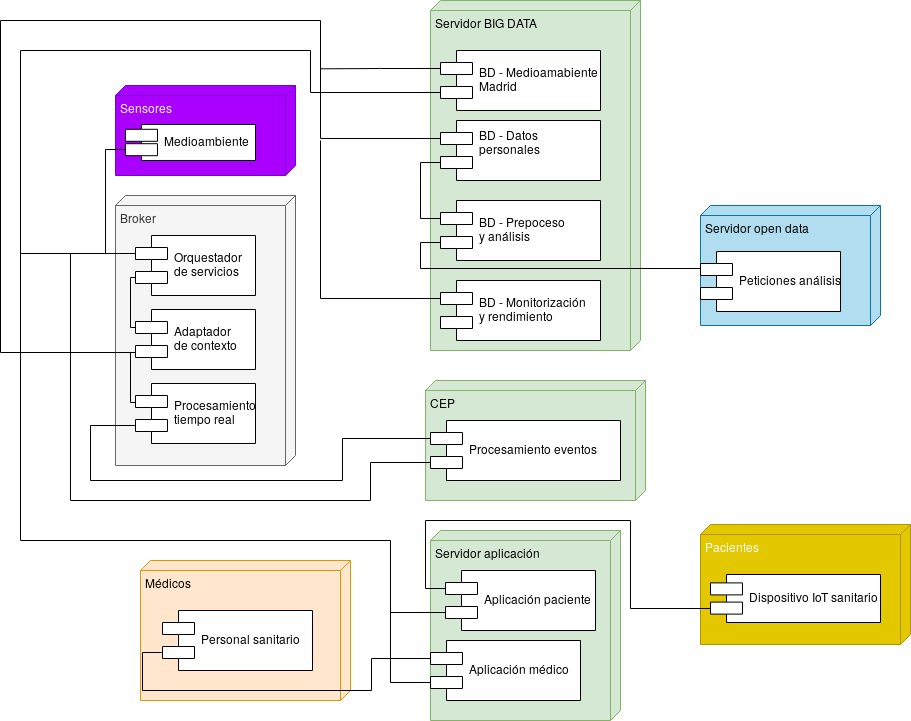
The draw.io diagram dev_view.png in lmataa/ehealth-arch-doc, before a commit. Source tidied: cells renumbered, new cells last; positions are measured from the earlier drawing's top-left corner, leaving out a move shared by most shapes. Its diagram source:
```xml
<mxGraphModel>
  <root>
    <mxCell id="0" />
    <mxCell id="1" parent="0" />
    <mxCell id="2" value="Servidor BIG DATA" style="verticalAlign=top;align=left;spacingTop=8;spacingLeft=2;spacingRight=12;shape=cube;size=10;direction=south;fontStyle=4;html=1;fillColor=#d5e8d4;strokeColor=#82b366;" parent="1" vertex="1">
      <mxGeometry x="430" width="210" height="350" as="geometry" />
    </mxCell>
    <mxCell id="3" style="edgeStyle=orthogonalEdgeStyle;rounded=0;jettySize=auto;html=1;exitX=0;exitY=0.3;exitDx=0;exitDy=0;endArrow=none;endFill=0;" parent="1" edge="1" source="5">
      <mxGeometry relative="1" as="geometry">
        <mxPoint x="320" y="68.3" as="targetPoint" />
      </mxGeometry>
    </mxCell>
    <mxCell id="4" style="edgeStyle=orthogonalEdgeStyle;rounded=0;jettySize=auto;html=1;exitX=0;exitY=0.7;exitDx=0;exitDy=0;entryX=0;entryY=0.3;entryDx=0;entryDy=0;endArrow=none;endFill=0;" parent="1" edge="1" source="5" target="31">
      <mxGeometry relative="1" as="geometry">
        <Array as="points">
          <mxPoint x="310" y="92" />
          <mxPoint x="310" y="50" />
          <mxPoint x="20" y="50" />
          <mxPoint x="20" y="253" />
        </Array>
      </mxGeometry>
    </mxCell>
    <mxCell id="5" value="&#10;&#10;BD - Medioamabiente&#10;Madrid&#10;&#10;" style="shape=component;align=left;spacingLeft=36;" parent="1" vertex="1">
      <mxGeometry x="440" y="50" width="160" height="60" as="geometry" />
    </mxCell>
    <mxCell id="6" style="edgeStyle=orthogonalEdgeStyle;rounded=0;jettySize=auto;html=1;exitX=0;exitY=0.7;exitDx=0;exitDy=0;entryX=0;entryY=0.3;entryDx=0;entryDy=0;endArrow=none;endFill=0;" parent="1" edge="1" source="7" target="13">
      <mxGeometry relative="1" as="geometry" />
    </mxCell>
    <mxCell id="7" value="BD - Datos &#10;personales&#10;" style="shape=component;align=left;spacingLeft=36;" parent="1" vertex="1">
      <mxGeometry x="440" y="120" width="160" height="60" as="geometry" />
    </mxCell>
    <mxCell id="8" value="Médicos" style="verticalAlign=top;align=left;spacingTop=8;spacingLeft=2;spacingRight=12;shape=cube;size=10;direction=south;fontStyle=4;html=1;fillColor=#ffe6cc;strokeColor=#d79b00;" parent="1" vertex="1">
      <mxGeometry x="140" y="560" width="210" height="140" as="geometry" />
    </mxCell>
    <mxCell id="9" style="edgeStyle=orthogonalEdgeStyle;rounded=0;jettySize=auto;html=1;exitX=0;exitY=0.7;exitDx=0;exitDy=0;entryX=0;entryY=0.3;entryDx=0;entryDy=0;endArrow=none;endFill=0;" parent="1" edge="1" source="10" target="25">
      <mxGeometry relative="1" as="geometry" />
    </mxCell>
    <mxCell id="10" value="&#10;&#10;Personal sanitario&#10;&#10;" style="shape=component;align=left;spacingLeft=36;" parent="1" vertex="1">
      <mxGeometry x="162" y="610" width="150" height="60" as="geometry" />
    </mxCell>
    <mxCell id="11" value="Pacientes" style="verticalAlign=top;align=left;spacingTop=8;spacingLeft=2;spacingRight=12;shape=cube;size=10;direction=south;fontStyle=4;html=1;fillColor=#e3c800;strokeColor=#B09500;fontColor=#ffffff;" parent="1" vertex="1">
      <mxGeometry x="700" y="524" width="210" height="120" as="geometry" />
    </mxCell>
    <mxCell id="12" style="edgeStyle=orthogonalEdgeStyle;rounded=0;jettySize=auto;html=1;exitX=0;exitY=0.7;exitDx=0;exitDy=0;entryX=0;entryY=0.3;entryDx=0;entryDy=0;endArrow=none;endFill=0;" parent="1" edge="1" source="13" target="38">
      <mxGeometry relative="1" as="geometry">
        <Array as="points">
          <mxPoint x="420" y="242" />
          <mxPoint x="420" y="268" />
        </Array>
      </mxGeometry>
    </mxCell>
    <mxCell id="13" value="&#10;BD - Prepoceso&#10;y análisis&#10;" style="shape=component;align=left;spacingLeft=36;" parent="1" vertex="1">
      <mxGeometry x="440" y="200" width="160" height="60" as="geometry" />
    </mxCell>
    <mxCell id="14" style="edgeStyle=orthogonalEdgeStyle;rounded=0;jettySize=auto;html=1;exitX=0;exitY=0.3;exitDx=0;exitDy=0;endArrow=none;endFill=0;" parent="1" edge="1" source="15">
      <mxGeometry relative="1" as="geometry">
        <mxPoint x="320" y="140" as="targetPoint" />
      </mxGeometry>
    </mxCell>
    <mxCell id="15" value="&#10;BD - Monitorización &#10;y rendimiento&#10;" style="shape=component;align=left;spacingLeft=36;" parent="1" vertex="1">
      <mxGeometry x="440" y="280" width="160" height="60" as="geometry" />
    </mxCell>
    <mxCell id="16" value="Broker" style="verticalAlign=top;align=left;spacingTop=8;spacingLeft=2;spacingRight=12;shape=cube;size=10;direction=south;fontStyle=4;html=1;fillColor=#f5f5f5;strokeColor=#666666;fontColor=#333333;" parent="1" vertex="1">
      <mxGeometry x="115" y="195" width="180" height="270" as="geometry" />
    </mxCell>
    <mxCell id="17" value="CEP" style="verticalAlign=top;align=left;spacingTop=8;spacingLeft=2;spacingRight=12;shape=cube;size=10;direction=south;fontStyle=4;html=1;fillColor=#d5e8d4;strokeColor=#82b366;" parent="1" vertex="1">
      <mxGeometry x="425" y="380" width="220" height="120" as="geometry" />
    </mxCell>
    <mxCell id="18" style="edgeStyle=orthogonalEdgeStyle;rounded=0;jettySize=auto;html=1;exitX=0;exitY=0.3;exitDx=0;exitDy=0;entryX=0;entryY=0.7;entryDx=0;entryDy=0;endArrow=none;endFill=0;" parent="1" edge="1" source="20" target="36">
      <mxGeometry relative="1" as="geometry">
        <Array as="points">
          <mxPoint x="342" y="438" />
          <mxPoint x="342" y="480" />
          <mxPoint x="90" y="480" />
          <mxPoint x="90" y="425" />
        </Array>
      </mxGeometry>
    </mxCell>
    <mxCell id="19" style="edgeStyle=orthogonalEdgeStyle;rounded=0;jettySize=auto;html=1;exitX=0;exitY=0.7;exitDx=0;exitDy=0;entryX=0;entryY=0.3;entryDx=0;entryDy=0;endArrow=none;endFill=0;" parent="1" edge="1" source="20" target="31">
      <mxGeometry relative="1" as="geometry">
        <Array as="points">
          <mxPoint x="370" y="462" />
          <mxPoint x="370" y="500" />
          <mxPoint x="70" y="500" />
          <mxPoint x="70" y="253" />
        </Array>
      </mxGeometry>
    </mxCell>
    <mxCell id="20" value="Procesamiento eventos" style="shape=component;align=left;spacingLeft=36;" parent="1" vertex="1">
      <mxGeometry x="430" y="420" width="190" height="60" as="geometry" />
    </mxCell>
    <mxCell id="21" value="Servidor aplicación" style="verticalAlign=top;align=left;spacingTop=8;spacingLeft=2;spacingRight=12;shape=cube;size=10;direction=south;fontStyle=4;html=1;fillColor=#d5e8d4;strokeColor=#82b366;" parent="1" vertex="1">
      <mxGeometry x="430" y="530" width="190" height="190" as="geometry" />
    </mxCell>
    <mxCell id="22" style="edgeStyle=orthogonalEdgeStyle;rounded=0;jettySize=auto;html=1;exitX=0;exitY=0.7;exitDx=0;exitDy=0;entryX=0;entryY=0.3;entryDx=0;entryDy=0;endArrow=none;endFill=0;" parent="1" edge="1" source="23" target="31">
      <mxGeometry relative="1" as="geometry">
        <Array as="points">
          <mxPoint x="390" y="612" />
          <mxPoint x="390" y="540" />
          <mxPoint x="20" y="540" />
          <mxPoint x="20" y="253" />
        </Array>
      </mxGeometry>
    </mxCell>
    <mxCell id="23" value="Aplicación paciente" style="shape=component;align=left;spacingLeft=36;" parent="1" vertex="1">
      <mxGeometry x="445" y="570" width="150" height="60" as="geometry" />
    </mxCell>
    <mxCell id="24" style="edgeStyle=orthogonalEdgeStyle;rounded=0;jettySize=auto;html=1;exitX=0;exitY=0.7;exitDx=0;exitDy=0;endArrow=none;endFill=0;" parent="1" edge="1" source="25">
      <mxGeometry relative="1" as="geometry">
        <mxPoint x="390" y="610" as="targetPoint" />
      </mxGeometry>
    </mxCell>
    <mxCell id="25" value="Aplicación médico" style="shape=component;align=left;spacingLeft=36;" parent="1" vertex="1">
      <mxGeometry x="430" y="640" width="150" height="60" as="geometry" />
    </mxCell>
    <mxCell id="26" value="Sensores&amp;nbsp;" style="verticalAlign=top;align=left;spacingTop=8;spacingLeft=2;spacingRight=12;shape=cube;size=10;direction=south;fontStyle=4;html=1;fillColor=#aa00ff;strokeColor=#7700CC;fontColor=#ffffff;" parent="1" vertex="1">
      <mxGeometry x="115" y="85" width="180" height="90" as="geometry" />
    </mxCell>
    <mxCell id="27" style="edgeStyle=orthogonalEdgeStyle;rounded=0;jettySize=auto;html=1;exitX=0;exitY=0.7;exitDx=0;exitDy=0;entryX=0;entryY=0.3;entryDx=0;entryDy=0;endArrow=none;endFill=0;" parent="1" edge="1" source="28" target="31">
      <mxGeometry relative="1" as="geometry" />
    </mxCell>
    <mxCell id="28" value="&#10;Medioambiente&#10;" style="shape=component;align=left;spacingLeft=36;" parent="1" vertex="1">
      <mxGeometry x="125" y="124" width="130" height="36" as="geometry" />
    </mxCell>
    <mxCell id="29" style="edgeStyle=orthogonalEdgeStyle;rounded=0;jettySize=auto;html=1;exitX=0;exitY=0.7;exitDx=0;exitDy=0;entryX=0;entryY=0.3;entryDx=0;entryDy=0;endArrow=none;endFill=0;" parent="1" edge="1" source="30" target="23">
      <mxGeometry relative="1" as="geometry">
        <Array as="points">
          <mxPoint x="630" y="608" />
          <mxPoint x="630" y="520" />
          <mxPoint x="425" y="520" />
          <mxPoint x="425" y="588" />
        </Array>
      </mxGeometry>
    </mxCell>
    <mxCell id="30" value="Dispositivo IoT sanitario" style="shape=component;align=left;spacingLeft=36;" parent="1" vertex="1">
      <mxGeometry x="710" y="574" width="170" height="48" as="geometry" />
    </mxCell>
    <mxCell id="31" value="Orquestador &#10;de servicios" style="shape=component;align=left;spacingLeft=36;" parent="1" vertex="1">
      <mxGeometry x="135" y="235" width="120" height="60" as="geometry" />
    </mxCell>
    <mxCell id="32" style="edgeStyle=orthogonalEdgeStyle;rounded=0;jettySize=auto;html=1;exitX=0;exitY=0.3;exitDx=0;exitDy=0;entryX=0;entryY=0.7;entryDx=0;entryDy=0;endArrow=none;endFill=0;" parent="1" edge="1" source="35" target="31">
      <mxGeometry relative="1" as="geometry">
        <Array as="points">
          <mxPoint x="130" y="327" />
          <mxPoint x="130" y="277" />
        </Array>
      </mxGeometry>
    </mxCell>
    <mxCell id="33" style="edgeStyle=orthogonalEdgeStyle;rounded=0;jettySize=auto;html=1;exitX=0;exitY=0.7;exitDx=0;exitDy=0;entryX=0;entryY=0.3;entryDx=0;entryDy=0;endArrow=none;endFill=0;" parent="1" edge="1" source="35" target="36">
      <mxGeometry relative="1" as="geometry">
        <Array as="points">
          <mxPoint x="130" y="352" />
          <mxPoint x="130" y="402" />
        </Array>
      </mxGeometry>
    </mxCell>
    <mxCell id="34" style="edgeStyle=orthogonalEdgeStyle;rounded=0;jettySize=auto;html=1;exitX=0;exitY=0.7;exitDx=0;exitDy=0;entryX=0;entryY=0.3;entryDx=0;entryDy=0;endArrow=none;endFill=0;" parent="1" edge="1" source="35" target="7">
      <mxGeometry relative="1" as="geometry">
        <Array as="points">
          <mxPoint y="352" />
          <mxPoint y="20" />
          <mxPoint x="320" y="20" />
          <mxPoint x="320" y="138" />
        </Array>
      </mxGeometry>
    </mxCell>
    <mxCell id="35" value="&#10;Adaptador &#10;de contexto&#10;" style="shape=component;align=left;spacingLeft=36;" parent="1" vertex="1">
      <mxGeometry x="135" y="309" width="120" height="60" as="geometry" />
    </mxCell>
    <mxCell id="36" value="Procesamiento &#10;tiempo real" style="shape=component;align=left;spacingLeft=36;" parent="1" vertex="1">
      <mxGeometry x="135" y="383" width="120" height="60" as="geometry" />
    </mxCell>
    <mxCell id="37" value="Servidor open data" style="verticalAlign=top;align=left;spacingTop=8;spacingLeft=2;spacingRight=12;shape=cube;size=10;direction=south;fontStyle=4;html=1;fillColor=#b1ddf0;strokeColor=#10739e;" parent="1" vertex="1">
      <mxGeometry x="700" y="205" width="180" height="120" as="geometry" />
    </mxCell>
    <mxCell id="38" value="Peticiones análisis " style="shape=component;align=left;spacingLeft=36;" parent="1" vertex="1">
      <mxGeometry x="700" y="251" width="140" height="60" as="geometry" />
    </mxCell>
  </root>
</mxGraphModel>
```
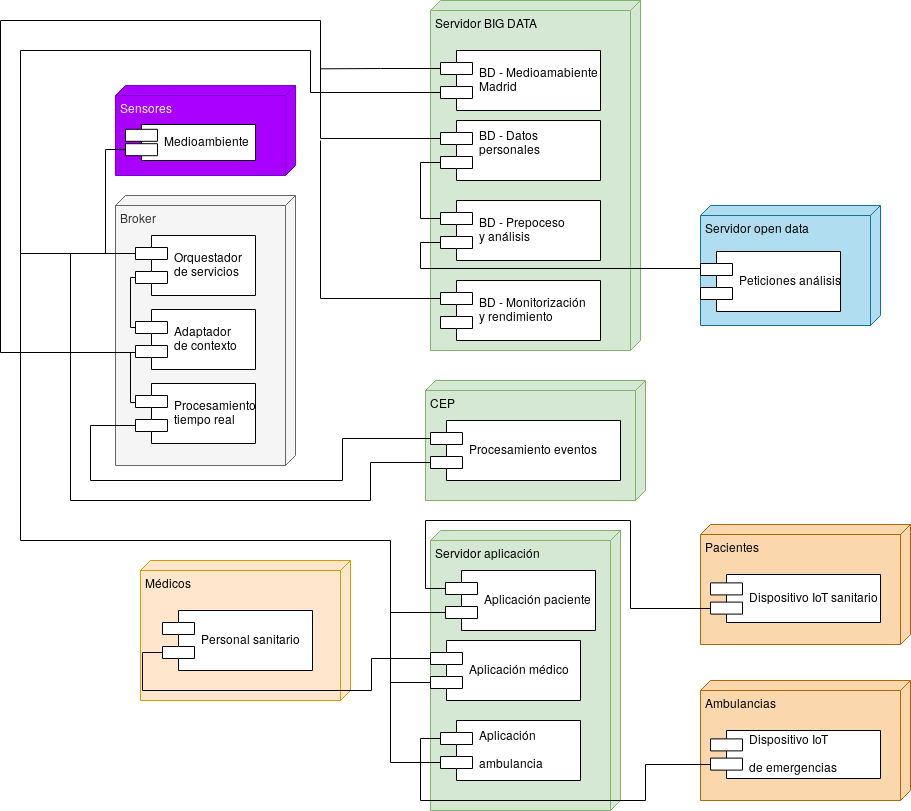
The same file after the commit.

Diff of the diagram source:
```diff
@@ -38,7 +38,7 @@
     <mxCell id="10" value="&#10;&#10;Personal sanitario&#10;&#10;" style="shape=component;align=left;spacingLeft=36;" parent="1" vertex="1">
       <mxGeometry x="162" y="610" width="150" height="60" as="geometry" />
     </mxCell>
-    <mxCell id="11" value="Pacientes" style="verticalAlign=top;align=left;spacingTop=8;spacingLeft=2;spacingRight=12;shape=cube;size=10;direction=south;fontStyle=4;html=1;fillColor=#e3c800;strokeColor=#B09500;fontColor=#ffffff;" parent="1" vertex="1">
+    <mxCell id="11" value="Pacientes" style="verticalAlign=top;align=left;spacingTop=8;spacingLeft=2;spacingRight=12;shape=cube;size=10;direction=south;fontStyle=4;html=1;fillColor=#fad7ac;strokeColor=#b46504;" parent="1" vertex="1">
       <mxGeometry x="700" y="524" width="210" height="120" as="geometry" />
     </mxCell>
     <mxCell id="12" style="edgeStyle=orthogonalEdgeStyle;rounded=0;jettySize=auto;html=1;exitX=0;exitY=0.7;exitDx=0;exitDy=0;entryX=0;entryY=0.3;entryDx=0;entryDy=0;endArrow=none;endFill=0;" parent="1" edge="1" source="13" target="38">
@@ -90,7 +90,7 @@
       <mxGeometry x="430" y="420" width="190" height="60" as="geometry" />
     </mxCell>
     <mxCell id="21" value="Servidor aplicación" style="verticalAlign=top;align=left;spacingTop=8;spacingLeft=2;spacingRight=12;shape=cube;size=10;direction=south;fontStyle=4;html=1;fillColor=#d5e8d4;strokeColor=#82b366;" parent="1" vertex="1">
-      <mxGeometry x="430" y="530" width="190" height="190" as="geometry" />
+      <mxGeometry x="430" y="530" width="190" height="280" as="geometry" />
     </mxCell>
     <mxCell id="22" style="edgeStyle=orthogonalEdgeStyle;rounded=0;jettySize=auto;html=1;exitX=0;exitY=0.7;exitDx=0;exitDy=0;entryX=0;entryY=0.3;entryDx=0;entryDy=0;endArrow=none;endFill=0;" parent="1" edge="1" source="23" target="31">
       <mxGeometry relative="1" as="geometry">
@@ -176,5 +176,22 @@
     <mxCell id="38" value="Peticiones análisis " style="shape=component;align=left;spacingLeft=36;" parent="1" vertex="1">
       <mxGeometry x="700" y="251" width="140" height="60" as="geometry" />
     </mxCell>
+    <mxCell id="39" style="edgeStyle=orthogonalEdgeStyle;rounded=0;jettySize=auto;html=1;exitX=0;exitY=0.7;exitDx=0;exitDy=0;endArrow=none;endFill=0;" parent="1" edge="1" source="40">
+      <mxGeometry relative="1" as="geometry">
+        <mxPoint x="390" y="680" as="targetPoint" />
+      </mxGeometry>
+    </mxCell>
+    <mxCell id="40" value="Aplicación &#10;&#10;ambulancia" style="shape=component;align=left;spacingLeft=36;" parent="1" vertex="1">
+      <mxGeometry x="440" y="720" width="140" height="60" as="geometry" />
+    </mxCell>
+    <mxCell id="41" value="Ambulancias" style="verticalAlign=top;align=left;spacingTop=8;spacingLeft=2;spacingRight=12;shape=cube;size=10;direction=south;fontStyle=4;html=1;fillColor=#fad7ac;strokeColor=#b46504;" parent="1" vertex="1">
+      <mxGeometry x="700" y="680" width="210" height="120" as="geometry" />
+    </mxCell>
+    <mxCell id="42" style="edgeStyle=orthogonalEdgeStyle;rounded=0;jettySize=auto;html=1;exitX=0;exitY=0.7;exitDx=0;exitDy=0;entryX=0;entryY=0.3;entryDx=0;entryDy=0;endArrow=none;endFill=0;" parent="1" edge="1" source="43" target="40">
+      <mxGeometry relative="1" as="geometry" />
+    </mxCell>
+    <mxCell id="43" value="Dispositivo IoT &#10;&#10;de emergencias" style="shape=component;align=left;spacingLeft=36;" parent="1" vertex="1">
+      <mxGeometry x="710" y="730" width="170" height="48" as="geometry" />
+    </mxCell>
   </root>
 </mxGraphModel>
```
